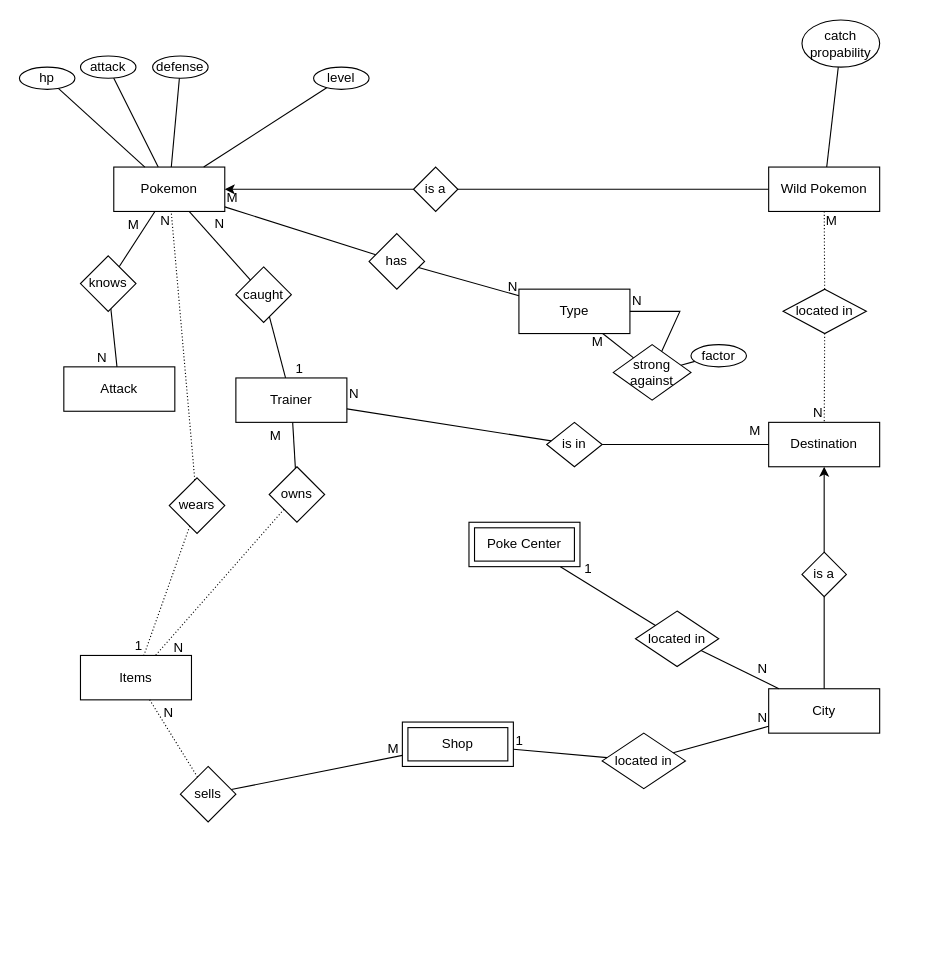
mypictur3esforu/Pokemon-Scuffed-Grey keeps this draw.io diagram as Pokemon Scuffed Gray.drawio. Above is the earlier version. Source tidied: cells renumbered, new cells numbered last; positions are measured from the earlier drawing's top-left corner, leaving out a move shared by most shapes. Both pictures are drawn from the tidied source at 111%, with x=0, y=0 at pixel (19, 20).
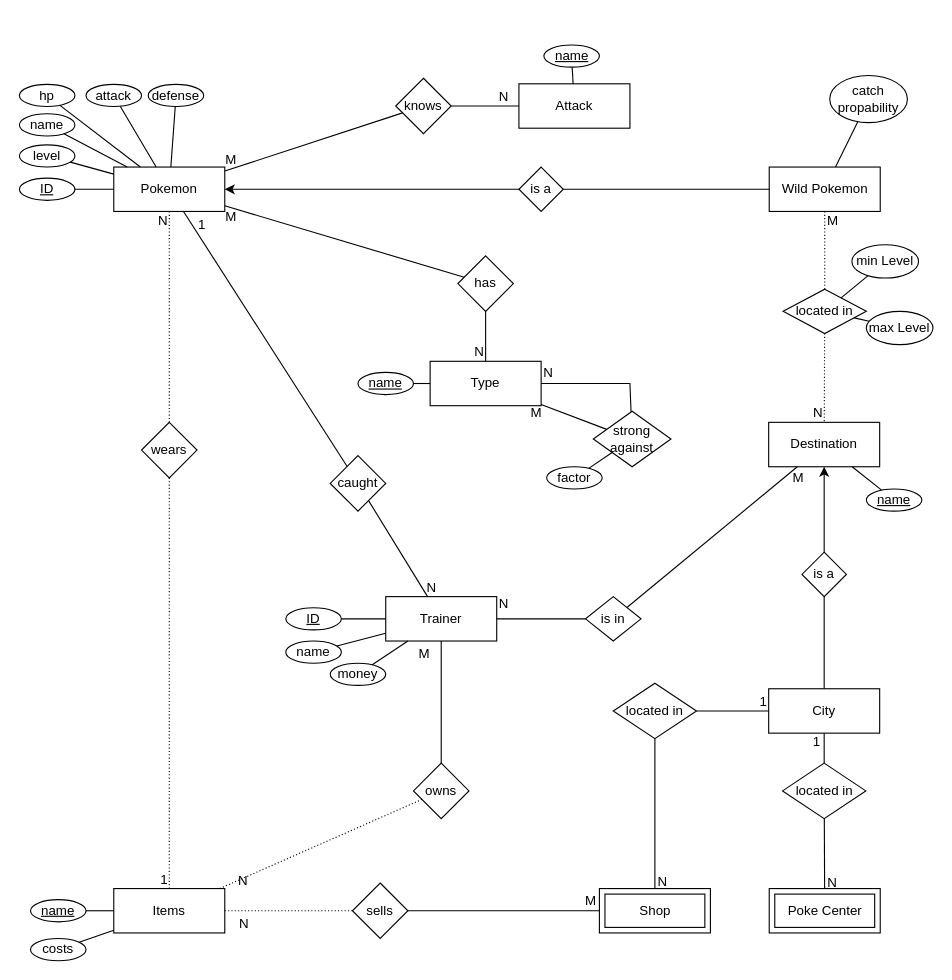
The same diagram, later.

Unchanged cells that the change refers to:
```xml
<mxCell id="4" value="Pokemon" style="whiteSpace=wrap;html=1;align=center;" parent="1" vertex="1">
  <mxGeometry x="85" y="132" width="100" height="40" as="geometry" />
</mxCell>
<mxCell id="7" value="Destination" style="whiteSpace=wrap;html=1;align=center;" parent="1" vertex="1">
  <mxGeometry x="675" y="362" width="100" height="40" as="geometry" />
</mxCell>
<mxCell id="26" style="endArrow=none;html=1;rounded=0;" parent="1" edge="1" source="4" target="28">
  <mxGeometry relative="1" as="geometry" />
</mxCell>
<mxCell id="29" style="endArrow=none;html=1;rounded=0;" parent="1" edge="1" source="14" target="8">
  <mxGeometry relative="1" as="geometry" />
</mxCell>
<mxCell id="31" style="endArrow=none;html=1;rounded=0;" parent="1" edge="1" source="14" target="4">
  <mxGeometry relative="1" as="geometry" />
</mxCell>
<mxCell id="33" style="endArrow=none;html=1;rounded=0;" parent="1" edge="1" source="7" target="35">
  <mxGeometry relative="1" as="geometry" />
</mxCell>
<mxCell id="38" style="endArrow=none;html=1;rounded=0;" parent="1" edge="1" source="17" target="40">
  <mxGeometry relative="1" as="geometry" />
</mxCell>
<mxCell id="43" style="endArrow=none;html=1;rounded=0;" parent="1" edge="1" source="18" target="17">
  <mxGeometry relative="1" as="geometry" />
</mxCell>
<mxCell id="45" style="endArrow=none;html=1;rounded=0;" parent="1" edge="1" source="18" target="10">
  <mxGeometry relative="1" as="geometry" />
</mxCell>
<mxCell id="47" style="endArrow=none;html=1;rounded=0;" parent="1" edge="1" source="16" target="15">
  <mxGeometry relative="1" as="geometry" />
</mxCell>
<mxCell id="49" style="endArrow=none;html=1;rounded=0;" parent="1" edge="1" source="16" target="10">
  <mxGeometry relative="1" as="geometry" />
</mxCell>
<mxCell id="55" style="endArrow=none;html=1;rounded=0;elbow=vertical;" parent="1" edge="1" source="4" target="57">
  <mxGeometry relative="1" as="geometry" />
</mxCell>
<mxCell id="68" value="located in" style="shape=rhombus;perimeter=rhombusPerimeter;whiteSpace=wrap;html=1;align=center;" parent="1" vertex="1">
  <mxGeometry x="688" y="242" width="75" height="40" as="geometry" />
</mxCell>
```

Diff of the diagram source:
```diff
@@
     <mxCell id="3" value="is a" style="shape=rhombus;perimeter=rhombusPerimeter;whiteSpace=wrap;html=1;align=center;" parent="1" vertex="1">
-      <mxGeometry x="355" y="132" width="40" height="40" as="geometry" />
+      <mxGeometry x="450" y="132" width="40" height="40" as="geometry" />
     </mxCell>
@@
     <mxCell id="5" value="Wild Pokemon" style="whiteSpace=wrap;html=1;align=center;" parent="1" vertex="1">
-      <mxGeometry x="675" y="132" width="100" height="40" as="geometry" />
+      <mxGeometry x="675.5" y="132" width="100" height="40" as="geometry" />
     </mxCell>
@@
     <mxCell id="8" value="Trainer" style="whiteSpace=wrap;html=1;align=center;" parent="1" vertex="1">
-      <mxGeometry x="195" y="322" width="100" height="40" as="geometry" />
+      <mxGeometry x="330" y="519" width="100" height="40" as="geometry" />
     </mxCell>
     <mxCell id="9" value="Attack" style="whiteSpace=wrap;html=1;align=center;" parent="1" vertex="1">
-      <mxGeometry x="40" y="312" width="100" height="40" as="geometry" />
+      <mxGeometry x="450" y="57" width="100" height="40" as="geometry" />
     </mxCell>
@@
     <mxCell id="14" value="caught" style="shape=rhombus;perimeter=rhombusPerimeter;whiteSpace=wrap;html=1;align=center;" parent="1" vertex="1">
-      <mxGeometry x="195" y="222" width="50" height="50" as="geometry" />
+      <mxGeometry x="280" y="392" width="50" height="50" as="geometry" />
     </mxCell>
     <mxCell id="15" value="Poke Center" style="shape=ext;margin=3;double=1;whiteSpace=wrap;html=1;align=center;" parent="1" vertex="1">
-      <mxGeometry x="405" y="452" width="100" height="40" as="geometry" />
+      <mxGeometry x="675.5" y="782" width="100" height="40" as="geometry" />
     </mxCell>
     <mxCell id="16" value="located in" style="shape=rhombus;perimeter=rhombusPerimeter;whiteSpace=wrap;html=1;align=center;" parent="1" vertex="1">
-      <mxGeometry x="555" y="532" width="75" height="50" as="geometry" />
+      <mxGeometry x="687.5" y="669" width="75" height="50" as="geometry" />
     </mxCell>
     <mxCell id="17" value="Shop" style="shape=ext;margin=3;double=1;whiteSpace=wrap;html=1;align=center;" parent="1" vertex="1">
-      <mxGeometry x="345" y="632" width="100" height="40" as="geometry" />
+      <mxGeometry x="522.5" y="782" width="100" height="40" as="geometry" />
     </mxCell>
     <mxCell id="18" value="located in" style="shape=rhombus;perimeter=rhombusPerimeter;whiteSpace=wrap;html=1;align=center;" parent="1" vertex="1">
-      <mxGeometry x="525" y="642" width="75" height="50" as="geometry" />
+      <mxGeometry x="535" y="597" width="75" height="50" as="geometry" />
     </mxCell>
     <mxCell id="19" value="Items" style="whiteSpace=wrap;html=1;align=center;" parent="1" vertex="1">
-      <mxGeometry x="55" y="572" width="100" height="40" as="geometry" />
+      <mxGeometry x="85" y="782" width="100" height="40" as="geometry" />
     </mxCell>
     <mxCell id="20" value="owns" style="shape=rhombus;perimeter=rhombusPerimeter;whiteSpace=wrap;html=1;align=center;" parent="1" vertex="1">
-      <mxGeometry x="225" y="402" width="50" height="50" as="geometry" />
+      <mxGeometry x="355" y="669" width="50" height="50" as="geometry" />
     </mxCell>
@@
     <mxCell id="23" value="wears" style="shape=rhombus;perimeter=rhombusPerimeter;whiteSpace=wrap;html=1;align=center;" parent="1" vertex="1">
-      <mxGeometry x="135" y="412" width="50" height="50" as="geometry" />
+      <mxGeometry x="110" y="362" width="50" height="50" as="geometry" />
     </mxCell>
@@
     <mxCell id="27" value="M" style="html=1;whiteSpace=wrap;align=left;verticalAlign=bottom;" parent="26" vertex="1">
       <mxGeometry x="-1" relative="1" as="geometry">
-        <mxPoint x="-26" y="20" as="offset" />
+        <mxPoint x="-1" y="-2" as="offset" />
       </mxGeometry>
     </mxCell>
     <mxCell id="28" value="knows" style="shape=rhombus;perimeter=rhombusPerimeter;whiteSpace=wrap;html=1;align=center;" parent="1" vertex="1">
-      <mxGeometry x="55" y="212" width="50" height="50" as="geometry" />
+      <mxGeometry x="339" y="52" width="50" height="50" as="geometry" />
     </mxCell>
@@
-    <mxCell id="30" value="1" style="html=1;whiteSpace=wrap;align=right;verticalAlign=bottom;" parent="29" vertex="1">
+    <mxCell id="30" value="N" style="html=1;whiteSpace=wrap;align=right;verticalAlign=bottom;" parent="29" vertex="1">
       <mxGeometry x="1" relative="1" as="geometry">
-        <mxPoint x="17" as="offset" />
+        <mxPoint x="9" as="offset" />
       </mxGeometry>
     </mxCell>
@@
-    <mxCell id="32" value="N" style="html=1;whiteSpace=wrap;align=right;verticalAlign=bottom;" parent="31" vertex="1">
+    <mxCell id="32" value="1" style="html=1;whiteSpace=wrap;align=right;verticalAlign=bottom;" parent="31" vertex="1">
       <mxGeometry x="1" relative="1" as="geometry">
-        <mxPoint x="33" y="19" as="offset" />
+        <mxPoint x="21" y="20" as="offset" />
       </mxGeometry>
     </mxCell>
@@
     <mxCell id="34" value="M" style="html=1;whiteSpace=wrap;align=left;verticalAlign=bottom;" parent="33" vertex="1">
       <mxGeometry x="-1" relative="1" as="geometry">
-        <mxPoint x="-19" y="-4" as="offset" />
+        <mxPoint x="-6" y="18" as="offset" />
       </mxGeometry>
     </mxCell>
     <mxCell id="35" value="is in" style="shape=rhombus;perimeter=rhombusPerimeter;whiteSpace=wrap;html=1;align=center;" parent="1" vertex="1">
-      <mxGeometry x="475" y="362" width="50" height="40" as="geometry" />
+      <mxGeometry x="510" y="519" width="50" height="40" as="geometry" />
     </mxCell>
@@
     <mxCell id="39" value="M" style="html=1;whiteSpace=wrap;align=left;verticalAlign=bottom;" parent="38" vertex="1">
       <mxGeometry x="-1" relative="1" as="geometry">
-        <mxPoint x="-15" y="2" as="offset" />
+        <mxPoint x="-15" y="-1" as="offset" />
       </mxGeometry>
     </mxCell>
     <mxCell id="40" value="sells" style="shape=rhombus;perimeter=rhombusPerimeter;whiteSpace=wrap;html=1;align=center;" parent="1" vertex="1">
-      <mxGeometry x="145" y="672" width="50" height="50" as="geometry" />
+      <mxGeometry x="300" y="777" width="50" height="50" as="geometry" />
     </mxCell>
@@
-    <mxCell id="44" value="1" style="html=1;whiteSpace=wrap;align=right;verticalAlign=bottom;" parent="43" vertex="1">
+    <mxCell id="44" value="N" style="html=1;whiteSpace=wrap;align=right;verticalAlign=bottom;" parent="43" vertex="1">
       <mxGeometry x="1" relative="1" as="geometry">
-        <mxPoint x="10" y="1" as="offset" />
+        <mxPoint x="12" y="2" as="offset" />
       </mxGeometry>
     </mxCell>
@@
-    <mxCell id="46" value="N" style="html=1;whiteSpace=wrap;align=right;verticalAlign=bottom;" parent="45" vertex="1">
+    <mxCell id="46" value="1" style="html=1;whiteSpace=wrap;align=right;verticalAlign=bottom;" parent="45" vertex="1">
       <mxGeometry x="1" relative="1" as="geometry" />
     </mxCell>
@@
-    <mxCell id="48" value="1" style="html=1;whiteSpace=wrap;align=right;verticalAlign=bottom;" parent="47" vertex="1">
+    <mxCell id="48" value="N" style="html=1;whiteSpace=wrap;align=right;verticalAlign=bottom;" parent="47" vertex="1">
       <mxGeometry x="1" relative="1" as="geometry">
-        <mxPoint x="30" y="10" as="offset" />
+        <mxPoint x="13" y="3" as="offset" />
       </mxGeometry>
     </mxCell>
@@
-    <mxCell id="50" value="N" style="html=1;whiteSpace=wrap;align=right;verticalAlign=bottom;" parent="49" vertex="1">
+    <mxCell id="50" value="1" style="html=1;whiteSpace=wrap;align=right;verticalAlign=bottom;" parent="49" vertex="1">
       <mxGeometry x="1" relative="1" as="geometry">
-        <mxPoint x="-9" y="-10" as="offset" />
+        <mxPoint x="-2" y="16" as="offset" />
       </mxGeometry>
     </mxCell>
     <mxCell id="51" value="Type" style="whiteSpace=wrap;html=1;align=center;" parent="1" vertex="1">
-      <mxGeometry x="450" y="242" width="100" height="40" as="geometry" />
+      <mxGeometry x="370" y="307" width="100" height="40" as="geometry" />
     </mxCell>
@@
     <mxCell id="56" value="M" style="html=1;whiteSpace=wrap;align=left;verticalAlign=bottom;" parent="55" vertex="1">
-      <mxGeometry x="-1" relative="1" as="geometry" />
+      <mxGeometry x="-1" relative="1" as="geometry">
+        <mxPoint x="-1" y="18" as="offset" />
+      </mxGeometry>
     </mxCell>
     <mxCell id="57" value="has" style="shape=rhombus;perimeter=rhombusPerimeter;whiteSpace=wrap;html=1;align=center;" parent="1" vertex="1">
-      <mxGeometry x="315" y="192" width="50" height="50" as="geometry" />
+      <mxGeometry x="395" y="212" width="50" height="50" as="geometry" />
     </mxCell>
     <mxCell id="58" style="endArrow=none;html=1;rounded=0;elbow=vertical;" parent="1" edge="1" source="62" target="51">
       <mxGeometry relative="1" as="geometry">
         <Array as="points">
-          <mxPoint x="595" y="262" />
+          <mxPoint x="550" y="327" />
         </Array>
       </mxGeometry>
     </mxCell>
@@
     <mxCell id="62" value="strong against" style="shape=rhombus;perimeter=rhombusPerimeter;whiteSpace=wrap;html=1;align=center;" parent="1" vertex="1">
-      <mxGeometry x="535" y="292" width="70" height="50" as="geometry" />
+      <mxGeometry x="517" y="352" width="70" height="50" as="geometry" />
     </mxCell>
@@
     <mxCell id="75" value="factor" style="ellipse;whiteSpace=wrap;html=1;align=center;" parent="1" vertex="1">
-      <mxGeometry x="605" y="292" width="50" height="20" as="geometry" />
+      <mxGeometry x="475" y="402" width="50" height="20" as="geometry" />
     </mxCell>
@@
     <mxCell id="77" value="hp" style="ellipse;whiteSpace=wrap;html=1;align=center;" parent="1" vertex="1">
-      <mxGeometry y="42" width="50" height="20" as="geometry" />
+      <mxGeometry y="57.5" width="50" height="20" as="geometry" />
     </mxCell>
@@
     <mxCell id="79" value="attack" style="ellipse;whiteSpace=wrap;html=1;align=center;" parent="1" vertex="1">
-      <mxGeometry x="55" y="32" width="50" height="20" as="geometry" />
+      <mxGeometry x="60" y="57.5" width="50" height="20" as="geometry" />
     </mxCell>
@@
     <mxCell id="81" value="defense" style="ellipse;whiteSpace=wrap;html=1;align=center;" parent="1" vertex="1">
-      <mxGeometry x="120" y="32" width="50" height="20" as="geometry" />
+      <mxGeometry x="116" y="57.5" width="50" height="20" as="geometry" />
     </mxCell>
@@
     <mxCell id="83" value="catch&lt;div&gt;propability&lt;/div&gt;" style="ellipse;whiteSpace=wrap;html=1;align=center;" parent="1" vertex="1">
-      <mxGeometry x="705" y="-0.5" width="70" height="42.5" as="geometry" />
+      <mxGeometry x="730" y="49.5" width="70" height="42.5" as="geometry" />
     </mxCell>
@@
     <mxCell id="85" value="level" style="ellipse;whiteSpace=wrap;html=1;align=center;" parent="1" vertex="1">
-      <mxGeometry x="265" y="42" width="50" height="20" as="geometry" />
+      <mxGeometry y="112" width="50" height="20" as="geometry" />
     </mxCell>
@@
+    <mxCell id="87" value="min Level" style="ellipse;whiteSpace=wrap;html=1;align=center;" parent="1" vertex="1">
+      <mxGeometry x="750" y="202" width="60" height="30" as="geometry" />
+    </mxCell>
+    <mxCell id="88" style="endArrow=none;html=1;rounded=0;elbow=vertical;" parent="1" edge="1" source="68" target="87">
+      <mxGeometry relative="1" as="geometry" />
+    </mxCell>
+    <mxCell id="89" value="name" style="ellipse;whiteSpace=wrap;html=1;align=center;" parent="1" vertex="1">
+      <mxGeometry y="84" width="50" height="20" as="geometry" />
+    </mxCell>
+    <mxCell id="90" style="endArrow=none;html=1;rounded=0;elbow=vertical;" parent="1" edge="1" source="89" target="4">
+      <mxGeometry relative="1" as="geometry" />
+    </mxCell>
+    <mxCell id="91" value="ID" style="ellipse;whiteSpace=wrap;html=1;align=center;fontStyle=4;" parent="1" vertex="1">
+      <mxGeometry y="142" width="50" height="20" as="geometry" />
+    </mxCell>
+    <mxCell id="92" style="endArrow=none;html=1;rounded=0;elbow=vertical;" parent="1" edge="1" source="91" target="4">
+      <mxGeometry relative="1" as="geometry" />
+    </mxCell>
+    <mxCell id="93" style="endArrow=none;html=1;rounded=0;elbow=vertical;" parent="1" edge="1" source="105" target="51">
+      <mxGeometry relative="1" as="geometry" />
+    </mxCell>
+    <mxCell id="94" value="name" style="ellipse;whiteSpace=wrap;html=1;align=center;" parent="1" vertex="1">
+      <mxGeometry x="240" y="559" width="50" height="20" as="geometry" />
+    </mxCell>
+    <mxCell id="95" style="endArrow=none;html=1;rounded=0;elbow=vertical;" parent="1" edge="1" source="8" target="94">
+      <mxGeometry relative="1" as="geometry" />
+    </mxCell>
+    <mxCell id="96" style="endArrow=none;html=1;rounded=0;elbow=vertical;" parent="1" edge="1" source="19" target="102">
+      <mxGeometry relative="1" as="geometry" />
+    </mxCell>
+    <mxCell id="97" style="endArrow=none;html=1;rounded=0;elbow=vertical;" parent="1" edge="1" source="7" target="110">
+      <mxGeometry relative="1" as="geometry" />
+    </mxCell>
+    <mxCell id="98" style="endArrow=none;html=1;rounded=0;elbow=vertical;" parent="1" edge="1" source="8" target="99">
+      <mxGeometry relative="1" as="geometry" />
+    </mxCell>
+    <mxCell id="99" value="ID" style="ellipse;whiteSpace=wrap;html=1;align=center;fontStyle=4;" parent="1" vertex="1">
+      <mxGeometry x="240" y="529" width="50" height="20" as="geometry" />
+    </mxCell>
+    <mxCell id="100" style="endArrow=none;html=1;rounded=0;elbow=vertical;" parent="1" edge="1" source="9" target="101">
+      <mxGeometry relative="1" as="geometry" />
+    </mxCell>
+    <mxCell id="101" value="name" style="ellipse;whiteSpace=wrap;html=1;align=center;fontStyle=4;" parent="1" vertex="1">
+      <mxGeometry x="472.5" y="22" width="50" height="20" as="geometry" />
+    </mxCell>
+    <mxCell id="102" value="name" style="ellipse;whiteSpace=wrap;html=1;align=center;fontStyle=4;" parent="1" vertex="1">
+      <mxGeometry x="10" y="792" width="50" height="20" as="geometry" />
+    </mxCell>
+    <mxCell id="103" value="max Level" style="ellipse;whiteSpace=wrap;html=1;align=center;" parent="1" vertex="1">
+      <mxGeometry x="763" y="262" width="60" height="30" as="geometry" />
+    </mxCell>
+    <mxCell id="104" style="endArrow=none;html=1;rounded=0;elbow=vertical;" parent="1" edge="1" source="68" target="103">
+      <mxGeometry relative="1" as="geometry" />
+    </mxCell>
+    <mxCell id="105" value="name" style="ellipse;whiteSpace=wrap;html=1;align=center;fontStyle=4;" parent="1" vertex="1">
+      <mxGeometry x="305" y="317" width="50" height="20" as="geometry" />
+    </mxCell>
+    <mxCell id="106" value="money" style="ellipse;whiteSpace=wrap;html=1;align=center;" parent="1" vertex="1">
+      <mxGeometry x="280" y="579" width="50" height="20" as="geometry" />
+    </mxCell>
+    <mxCell id="107" style="endArrow=none;html=1;rounded=0;elbow=vertical;" parent="1" edge="1" source="8" target="106">
+      <mxGeometry relative="1" as="geometry" />
+    </mxCell>
+    <mxCell id="108" value="costs" style="ellipse;whiteSpace=wrap;html=1;align=center;" parent="1" vertex="1">
+      <mxGeometry x="10" y="827" width="50" height="20" as="geometry" />
+    </mxCell>
+    <mxCell id="109" style="endArrow=none;html=1;rounded=0;elbow=vertical;" parent="1" edge="1" source="19" target="108">
+      <mxGeometry relative="1" as="geometry" />
+    </mxCell>
+    <mxCell id="110" value="name" style="ellipse;whiteSpace=wrap;html=1;align=center;fontStyle=4;" parent="1" vertex="1">
+      <mxGeometry x="763" y="422" width="50" height="20" as="geometry" />
+    </mxCell>
```
